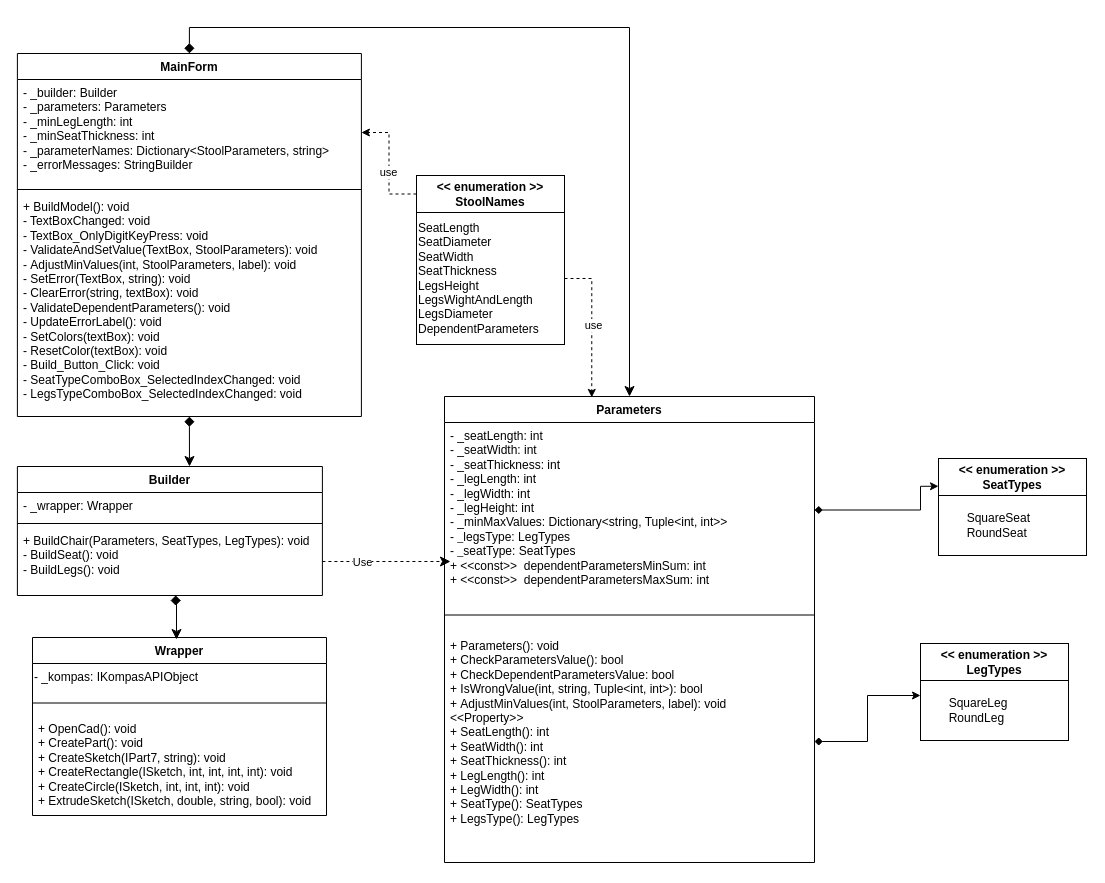
pikaparson/basics_of_CAD_development keeps this draw.io diagram as docs/диаграмма_после.drawio. Above is the earlier version. Source tidied: cells renumbered, new cells numbered last; positions are measured from the earlier drawing's top-left corner, leaving out a move shared by most shapes. Both pictures are drawn from the tidied source at 100%, with x=0, y=0 at pixel (17, 27).
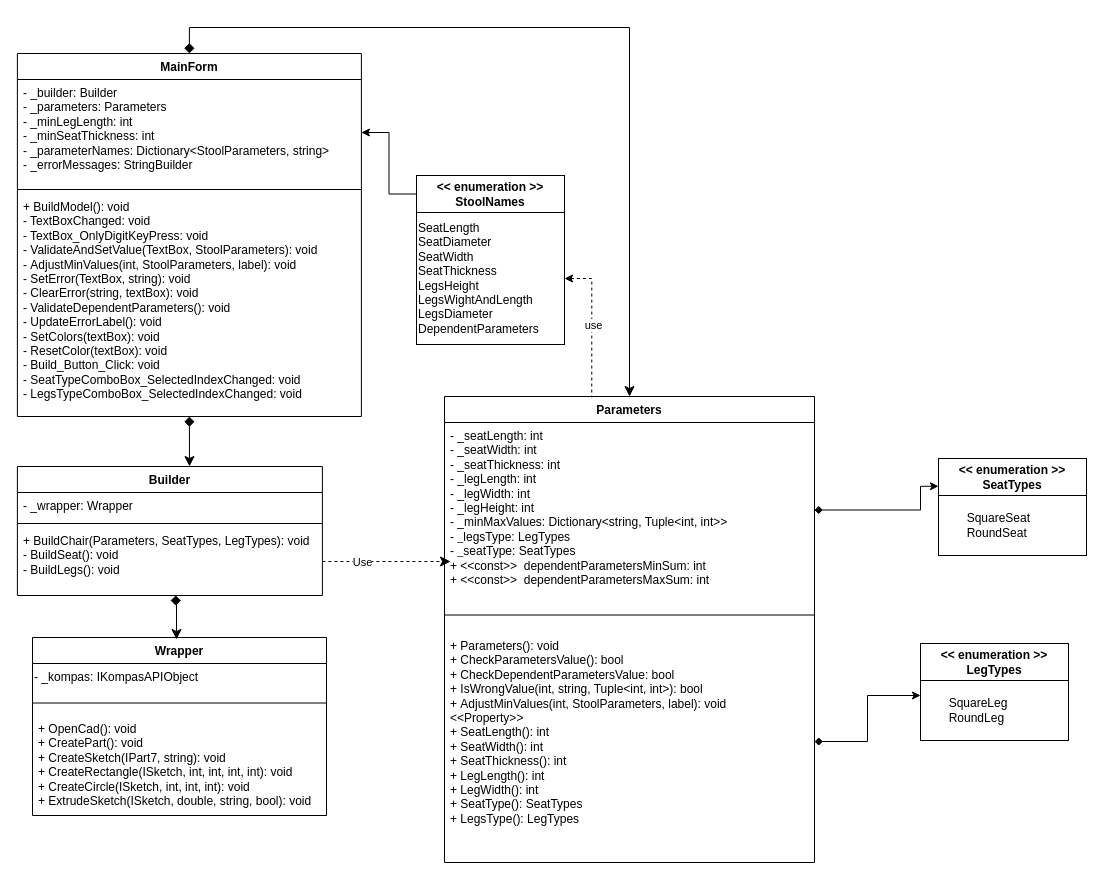
The same page after the edit.

Commit message (it also covers changes not shown here):
Удалено дублирование, поправлена UML

The change refers to these unchanged cells:
```xml
<mxCell id="3" value="- _builder: Builder&lt;div&gt;- _parameters: Parameters&lt;br&gt;&lt;/div&gt;&lt;div&gt;- _minLegLength: int&lt;/div&gt;&lt;div&gt;-&amp;nbsp;_minSeatThickness: int&lt;br&gt;&lt;/div&gt;&lt;div&gt;-&amp;nbsp;_parameterNames: Dictionary&amp;lt;StoolParameters, string&amp;gt;&lt;/div&gt;&lt;div&gt;-&amp;nbsp;_errorMessages: StringBuilder&lt;/div&gt;" style="text;strokeColor=none;fillColor=none;align=left;verticalAlign=top;spacingLeft=4;spacingRight=4;overflow=hidden;points=[[0,0.5],[1,0.5]];portConstraint=eastwest;whiteSpace=wrap;html=1;" parent="2" vertex="1">
  <mxGeometry y="26" width="344" height="106" as="geometry" />
</mxCell>
<mxCell id="17" value="Parameters" style="swimlane;fontStyle=1;align=center;verticalAlign=top;horizontal=1;startSize=26;whiteSpace=wrap;html=1;" parent="1" vertex="1">
  <mxGeometry x="427" y="369" width="370" height="466" as="geometry" />
</mxCell>
<mxCell id="30" value="&lt;span style=&quot;font-weight: 700;&quot;&gt;&amp;lt;&amp;lt; enumeration &amp;gt;&amp;gt;&lt;/span&gt;&lt;div style=&quot;font-weight: 700;&quot;&gt;StoolNames&lt;/div&gt;" style="rounded=0;whiteSpace=wrap;html=1;" parent="1" vertex="1">
  <mxGeometry x="399" y="148" width="148" height="37" as="geometry" />
</mxCell>
<mxCell id="31" value="SeatLength&lt;br&gt;SeatDiameter&lt;br&gt;SeatWidth&lt;br&gt;SeatThickness&lt;br&gt;LegsHeight&lt;br&gt;LegsWightAndLength&lt;br&gt;LegsDiameter&lt;br&gt;DependentParameters" style="rounded=0;whiteSpace=wrap;html=1;align=left;" parent="1" vertex="1">
  <mxGeometry x="399" y="185" width="148" height="132" as="geometry" />
</mxCell>
```

Diff of the diagram source:
```diff
@@
-    <mxCell id="32" style="edgeStyle=orthogonalEdgeStyle;rounded=0;jettySize=auto;html=1;exitX=0;exitY=0.5;exitDx=0;exitDy=0;dashed=1;" parent="1" edge="1" source="30" target="3">
+    <mxCell id="32" style="edgeStyle=orthogonalEdgeStyle;rounded=0;jettySize=auto;html=1;exitX=0;exitY=0.5;exitDx=0;exitDy=0;" parent="1" edge="1" source="30" target="3">
       <mxGeometry relative="1" as="geometry" />
     </mxCell>
-    <mxCell id="33" value="use" style="edgeLabel;html=1;align=center;verticalAlign=middle;" parent="32" vertex="1">
-      <mxGeometry x="-0.12" y="1" relative="1" as="geometry">
-        <mxPoint y="1" as="offset" />
-      </mxGeometry>
-    </mxCell>
-    <mxCell id="34" style="edgeStyle=orthogonalEdgeStyle;rounded=0;jettySize=auto;html=1;exitX=1;exitY=0.5;exitDx=0;exitDy=0;entryX=0.398;entryY=0.002;entryDx=0;entryDy=0;entryPerimeter=0;dashed=1;" parent="1" edge="1" source="31" target="17">
+    <mxCell id="34" style="edgeStyle=orthogonalEdgeStyle;rounded=0;jettySize=auto;html=1;exitX=1;exitY=0.5;exitDx=0;exitDy=0;entryX=0.398;entryY=0.002;entryDx=0;entryDy=0;entryPerimeter=0;dashed=1;endArrow=none;endFill=0;startArrow=classic;startFill=1;" parent="1" edge="1" source="31" target="17">
       <mxGeometry relative="1" as="geometry" />
     </mxCell>
```
